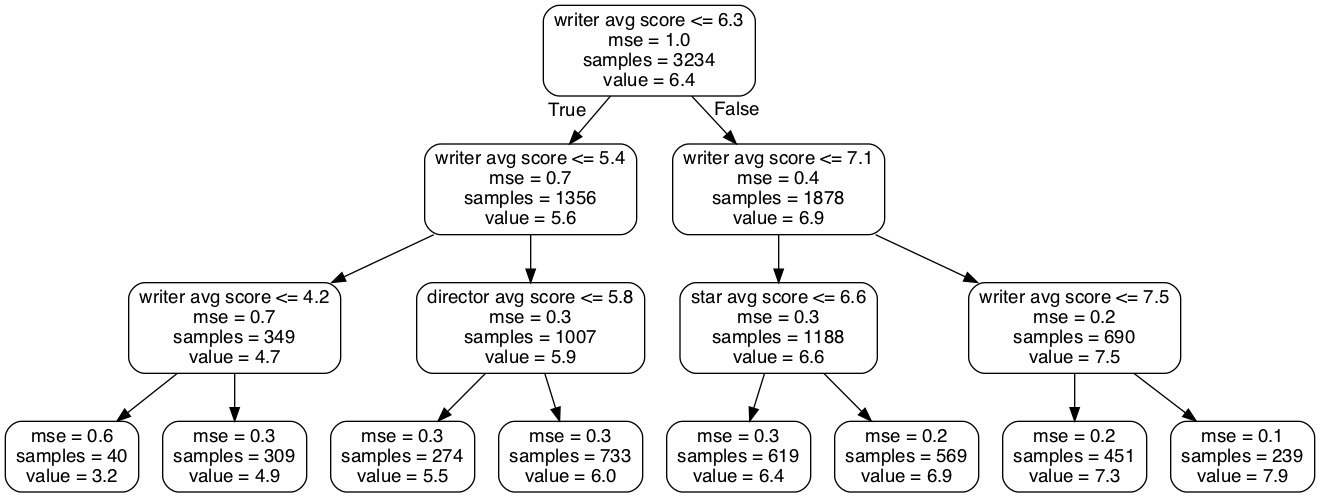
Before: small_tree.png, a diagram exported from Graphviz (nancymathur/Project-3). Its source is kept beside it as small_tree.dot. The source it was exported from:
```dot
digraph Tree {
node [shape=box, style="rounded", color="black", fontname=helvetica] ;
edge [fontname=helvetica] ;
0 [label="writer avg score <= 6.3\nmse = 1.0\nsamples = 3234\nvalue = 6.4"] ;
1 [label="writer avg score <= 5.4\nmse = 0.7\nsamples = 1356\nvalue = 5.6"] ;
0 -> 1 [labeldistance=2.5, labelangle=45, headlabel="True"] ;
2 [label="writer avg score <= 4.2\nmse = 0.7\nsamples = 349\nvalue = 4.7"] ;
1 -> 2 ;
3 [label="mse = 0.6\nsamples = 40\nvalue = 3.2"] ;
2 -> 3 ;
4 [label="mse = 0.3\nsamples = 309\nvalue = 4.9"] ;
2 -> 4 ;
5 [label="director avg score <= 5.8\nmse = 0.3\nsamples = 1007\nvalue = 5.9"] ;
1 -> 5 ;
6 [label="mse = 0.3\nsamples = 274\nvalue = 5.5"] ;
5 -> 6 ;
7 [label="mse = 0.3\nsamples = 733\nvalue = 6.0"] ;
5 -> 7 ;
8 [label="writer avg score <= 7.1\nmse = 0.4\nsamples = 1878\nvalue = 6.9"] ;
0 -> 8 [labeldistance=2.5, labelangle=-45, headlabel="False"] ;
9 [label="star avg score <= 6.6\nmse = 0.3\nsamples = 1188\nvalue = 6.6"] ;
8 -> 9 ;
10 [label="mse = 0.3\nsamples = 619\nvalue = 6.4"] ;
9 -> 10 ;
11 [label="mse = 0.2\nsamples = 569\nvalue = 6.9"] ;
9 -> 11 ;
12 [label="writer avg score <= 7.5\nmse = 0.2\nsamples = 690\nvalue = 7.5"] ;
8 -> 12 ;
13 [label="mse = 0.2\nsamples = 451\nvalue = 7.3"] ;
12 -> 13 ;
14 [label="mse = 0.1\nsamples = 239\nvalue = 7.9"] ;
12 -> 14 ;
}
```
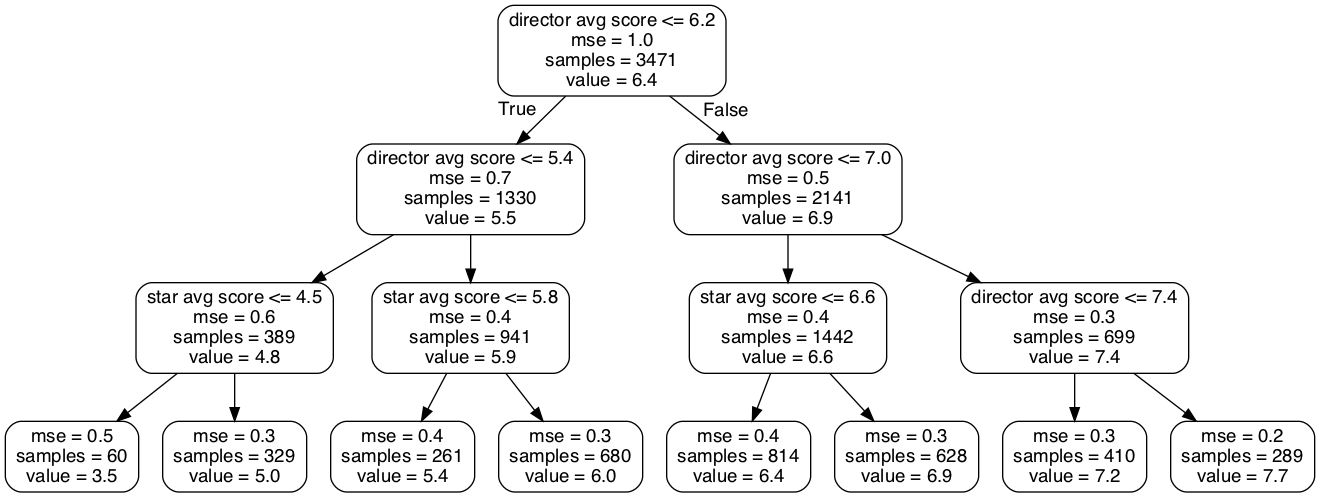
After the change.

Diff of the diagram source:
```diff
@@ -1,33 +1,33 @@
 digraph Tree {
 node [shape=box, style="rounded", color="black", fontname=helvetica] ;
 edge [fontname=helvetica] ;
-0 [label="writer avg score <= 6.3\nmse = 1.0\nsamples = 3234\nvalue = 6.4"] ;
-1 [label="writer avg score <= 5.4\nmse = 0.7\nsamples = 1356\nvalue = 5.6"] ;
+0 [label="director avg score <= 6.2\nmse = 1.0\nsamples = 3471\nvalue = 6.4"] ;
+1 [label="director avg score <= 5.4\nmse = 0.7\nsamples = 1330\nvalue = 5.5"] ;
 0 -> 1 [labeldistance=2.5, labelangle=45, headlabel="True"] ;
-2 [label="writer avg score <= 4.2\nmse = 0.7\nsamples = 349\nvalue = 4.7"] ;
+2 [label="star avg score <= 4.5\nmse = 0.6\nsamples = 389\nvalue = 4.8"] ;
 1 -> 2 ;
-3 [label="mse = 0.6\nsamples = 40\nvalue = 3.2"] ;
+3 [label="mse = 0.5\nsamples = 60\nvalue = 3.5"] ;
 2 -> 3 ;
-4 [label="mse = 0.3\nsamples = 309\nvalue = 4.9"] ;
+4 [label="mse = 0.3\nsamples = 329\nvalue = 5.0"] ;
 2 -> 4 ;
-5 [label="director avg score <= 5.8\nmse = 0.3\nsamples = 1007\nvalue = 5.9"] ;
+5 [label="star avg score <= 5.8\nmse = 0.4\nsamples = 941\nvalue = 5.9"] ;
 1 -> 5 ;
-6 [label="mse = 0.3\nsamples = 274\nvalue = 5.5"] ;
+6 [label="mse = 0.4\nsamples = 261\nvalue = 5.4"] ;
 5 -> 6 ;
-7 [label="mse = 0.3\nsamples = 733\nvalue = 6.0"] ;
+7 [label="mse = 0.3\nsamples = 680\nvalue = 6.0"] ;
 5 -> 7 ;
-8 [label="writer avg score <= 7.1\nmse = 0.4\nsamples = 1878\nvalue = 6.9"] ;
+8 [label="director avg score <= 7.0\nmse = 0.5\nsamples = 2141\nvalue = 6.9"] ;
 0 -> 8 [labeldistance=2.5, labelangle=-45, headlabel="False"] ;
-9 [label="star avg score <= 6.6\nmse = 0.3\nsamples = 1188\nvalue = 6.6"] ;
+9 [label="star avg score <= 6.6\nmse = 0.4\nsamples = 1442\nvalue = 6.6"] ;
 8 -> 9 ;
-10 [label="mse = 0.3\nsamples = 619\nvalue = 6.4"] ;
+10 [label="mse = 0.4\nsamples = 814\nvalue = 6.4"] ;
 9 -> 10 ;
-11 [label="mse = 0.2\nsamples = 569\nvalue = 6.9"] ;
+11 [label="mse = 0.3\nsamples = 628\nvalue = 6.9"] ;
 9 -> 11 ;
-12 [label="writer avg score <= 7.5\nmse = 0.2\nsamples = 690\nvalue = 7.5"] ;
+12 [label="director avg score <= 7.4\nmse = 0.3\nsamples = 699\nvalue = 7.4"] ;
 8 -> 12 ;
-13 [label="mse = 0.2\nsamples = 451\nvalue = 7.3"] ;
+13 [label="mse = 0.3\nsamples = 410\nvalue = 7.2"] ;
 12 -> 13 ;
-14 [label="mse = 0.1\nsamples = 239\nvalue = 7.9"] ;
+14 [label="mse = 0.2\nsamples = 289\nvalue = 7.7"] ;
 12 -> 14 ;
 }
```
